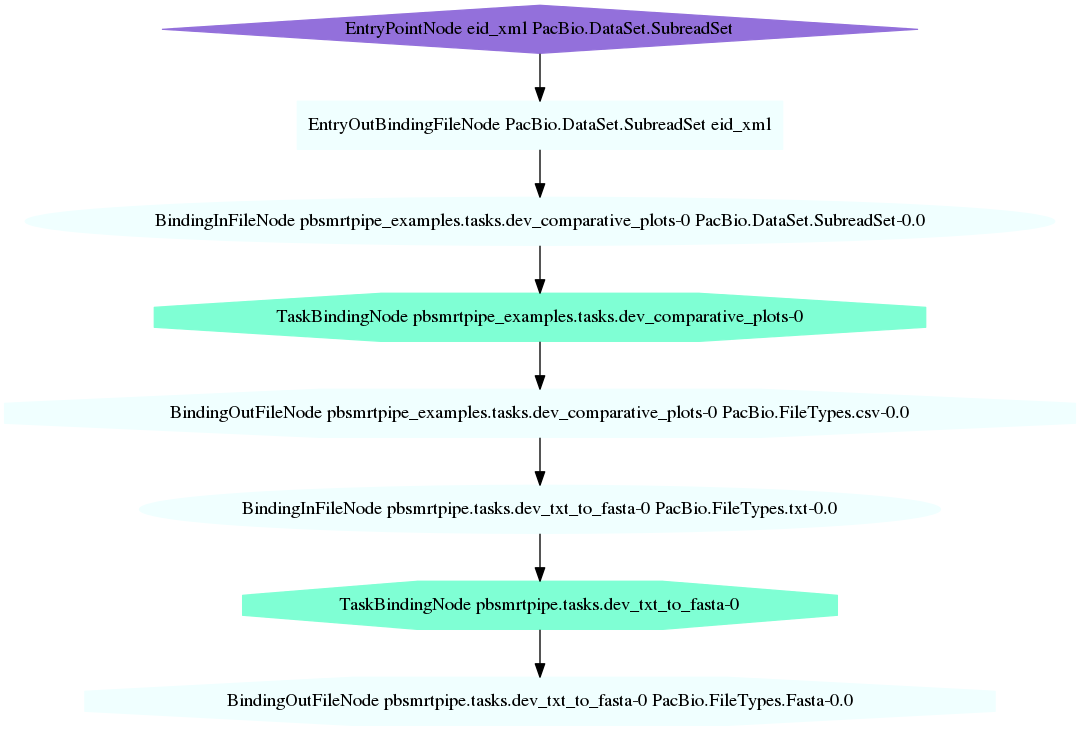
knyquist/pbsmrtpipe-examples keeps this Graphviz diagram as py-examples/02-compare/job_output/workflow/workflow.png. Above is the earlier version. Its source is kept beside it as py-examples/02-compare/job_output/workflow/workflow.dot. The source it was exported from:
```dot
strict digraph G {
"EntryOutBindingFileNode PacBio.DataSet.SubreadSet eid_xml" [ color=azure style=filled fillcolor=azure shape=rectangle ] ;
"TaskBindingNode pbsmrtpipe_examples.tasks.dev_comparative_plots-0" [ color=aquamarine style=filled fillcolor=aquamarine shape=octagon ] ;
"BindingInFileNode pbsmrtpipe.tasks.dev_txt_to_fasta-0 PacBio.FileTypes.txt-0.0" [ color=azure style=filled fillcolor=azure shape=ellipse ] ;
"BindingOutFileNode pbsmrtpipe.tasks.dev_txt_to_fasta-0 PacBio.FileTypes.Fasta-0.0" [ color=azure style=filled fillcolor=azure shape=octagon ] ;
"TaskBindingNode pbsmrtpipe.tasks.dev_txt_to_fasta-0" [ color=aquamarine style=filled fillcolor=aquamarine shape=octagon ] ;
"BindingInFileNode pbsmrtpipe_examples.tasks.dev_comparative_plots-0 PacBio.DataSet.SubreadSet-0.0" [ color=azure style=filled fillcolor=azure shape=ellipse ] ;
"EntryPointNode eid_xml PacBio.DataSet.SubreadSet" [ color=mediumpurple style=filled fillcolor=mediumpurple shape=diamond ] ;
"BindingOutFileNode pbsmrtpipe_examples.tasks.dev_comparative_plots-0 PacBio.FileTypes.csv-0.0" [ color=azure style=filled fillcolor=azure shape=octagon ] ;
"EntryOutBindingFileNode PacBio.DataSet.SubreadSet eid_xml" -> "BindingInFileNode pbsmrtpipe_examples.tasks.dev_comparative_plots-0 PacBio.DataSet.SubreadSet-0.0" ;
"TaskBindingNode pbsmrtpipe_examples.tasks.dev_comparative_plots-0" -> "BindingOutFileNode pbsmrtpipe_examples.tasks.dev_comparative_plots-0 PacBio.FileTypes.csv-0.0" ;
"BindingInFileNode pbsmrtpipe.tasks.dev_txt_to_fasta-0 PacBio.FileTypes.txt-0.0" -> "TaskBindingNode pbsmrtpipe.tasks.dev_txt_to_fasta-0" ;
"TaskBindingNode pbsmrtpipe.tasks.dev_txt_to_fasta-0" -> "BindingOutFileNode pbsmrtpipe.tasks.dev_txt_to_fasta-0 PacBio.FileTypes.Fasta-0.0" ;
"BindingInFileNode pbsmrtpipe_examples.tasks.dev_comparative_plots-0 PacBio.DataSet.SubreadSet-0.0" -> "TaskBindingNode pbsmrtpipe_examples.tasks.dev_comparative_plots-0" ;
"EntryPointNode eid_xml PacBio.DataSet.SubreadSet" -> "EntryOutBindingFileNode PacBio.DataSet.SubreadSet eid_xml" ;
"BindingOutFileNode pbsmrtpipe_examples.tasks.dev_comparative_plots-0 PacBio.FileTypes.csv-0.0" -> "BindingInFileNode pbsmrtpipe.tasks.dev_txt_to_fasta-0 PacBio.FileTypes.txt-0.0" ;
}
```
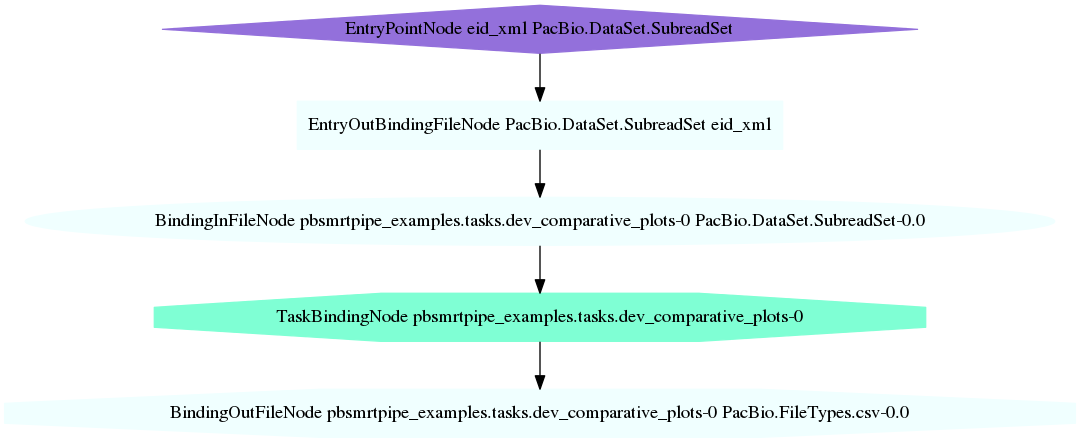
After the commit.

Diff of the diagram source:
```diff
@@ -1,17 +1,11 @@
 strict digraph G {
 "EntryOutBindingFileNode PacBio.DataSet.SubreadSet eid_xml" [ color=azure style=filled fillcolor=azure shape=rectangle ] ;
 "TaskBindingNode pbsmrtpipe_examples.tasks.dev_comparative_plots-0" [ color=aquamarine style=filled fillcolor=aquamarine shape=octagon ] ;
-"BindingInFileNode pbsmrtpipe.tasks.dev_txt_to_fasta-0 PacBio.FileTypes.txt-0.0" [ color=azure style=filled fillcolor=azure shape=ellipse ] ;
-"BindingOutFileNode pbsmrtpipe.tasks.dev_txt_to_fasta-0 PacBio.FileTypes.Fasta-0.0" [ color=azure style=filled fillcolor=azure shape=octagon ] ;
-"TaskBindingNode pbsmrtpipe.tasks.dev_txt_to_fasta-0" [ color=aquamarine style=filled fillcolor=aquamarine shape=octagon ] ;
 "BindingInFileNode pbsmrtpipe_examples.tasks.dev_comparative_plots-0 PacBio.DataSet.SubreadSet-0.0" [ color=azure style=filled fillcolor=azure shape=ellipse ] ;
 "EntryPointNode eid_xml PacBio.DataSet.SubreadSet" [ color=mediumpurple style=filled fillcolor=mediumpurple shape=diamond ] ;
 "BindingOutFileNode pbsmrtpipe_examples.tasks.dev_comparative_plots-0 PacBio.FileTypes.csv-0.0" [ color=azure style=filled fillcolor=azure shape=octagon ] ;
 "EntryOutBindingFileNode PacBio.DataSet.SubreadSet eid_xml" -> "BindingInFileNode pbsmrtpipe_examples.tasks.dev_comparative_plots-0 PacBio.DataSet.SubreadSet-0.0" ;
 "TaskBindingNode pbsmrtpipe_examples.tasks.dev_comparative_plots-0" -> "BindingOutFileNode pbsmrtpipe_examples.tasks.dev_comparative_plots-0 PacBio.FileTypes.csv-0.0" ;
-"BindingInFileNode pbsmrtpipe.tasks.dev_txt_to_fasta-0 PacBio.FileTypes.txt-0.0" -> "TaskBindingNode pbsmrtpipe.tasks.dev_txt_to_fasta-0" ;
-"TaskBindingNode pbsmrtpipe.tasks.dev_txt_to_fasta-0" -> "BindingOutFileNode pbsmrtpipe.tasks.dev_txt_to_fasta-0 PacBio.FileTypes.Fasta-0.0" ;
 "BindingInFileNode pbsmrtpipe_examples.tasks.dev_comparative_plots-0 PacBio.DataSet.SubreadSet-0.0" -> "TaskBindingNode pbsmrtpipe_examples.tasks.dev_comparative_plots-0" ;
 "EntryPointNode eid_xml PacBio.DataSet.SubreadSet" -> "EntryOutBindingFileNode PacBio.DataSet.SubreadSet eid_xml" ;
-"BindingOutFileNode pbsmrtpipe_examples.tasks.dev_comparative_plots-0 PacBio.FileTypes.csv-0.0" -> "BindingInFileNode pbsmrtpipe.tasks.dev_txt_to_fasta-0 PacBio.FileTypes.txt-0.0" ;
 }
```
